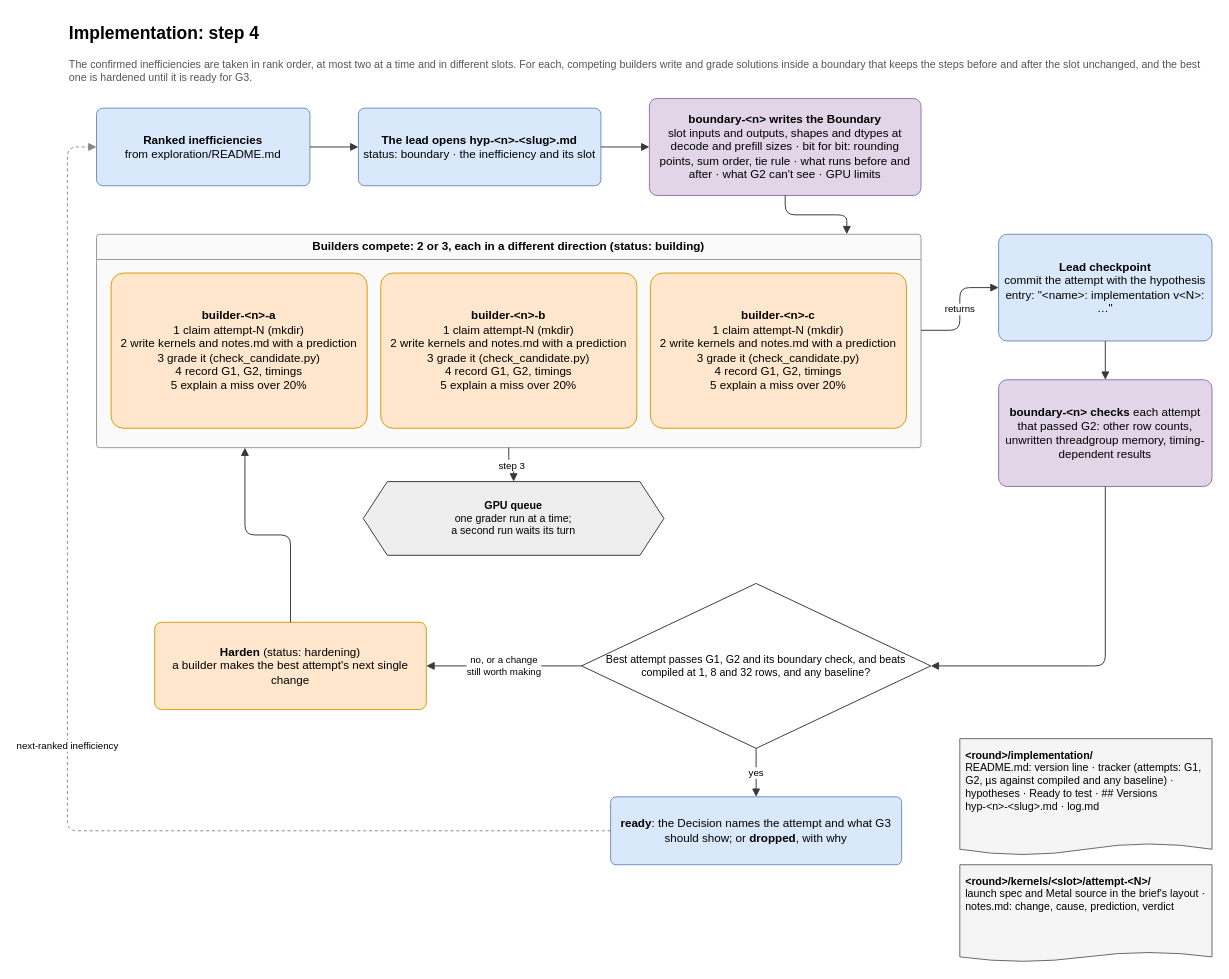
Before: page "Implementation" (3 of 3) of claude/diagrams/muse-swarm.drawio in surucuonur/WeSolve-MetaHackathon, a draw.io diagram. Source tidied: cells renumbered, new cells numbered last; positions are measured from the earlier drawing's top-left corner, leaving out a move shared by most shapes. Both pictures are drawn from the tidied source at 97%, with x=0, y=0 at pixel (67, 16).
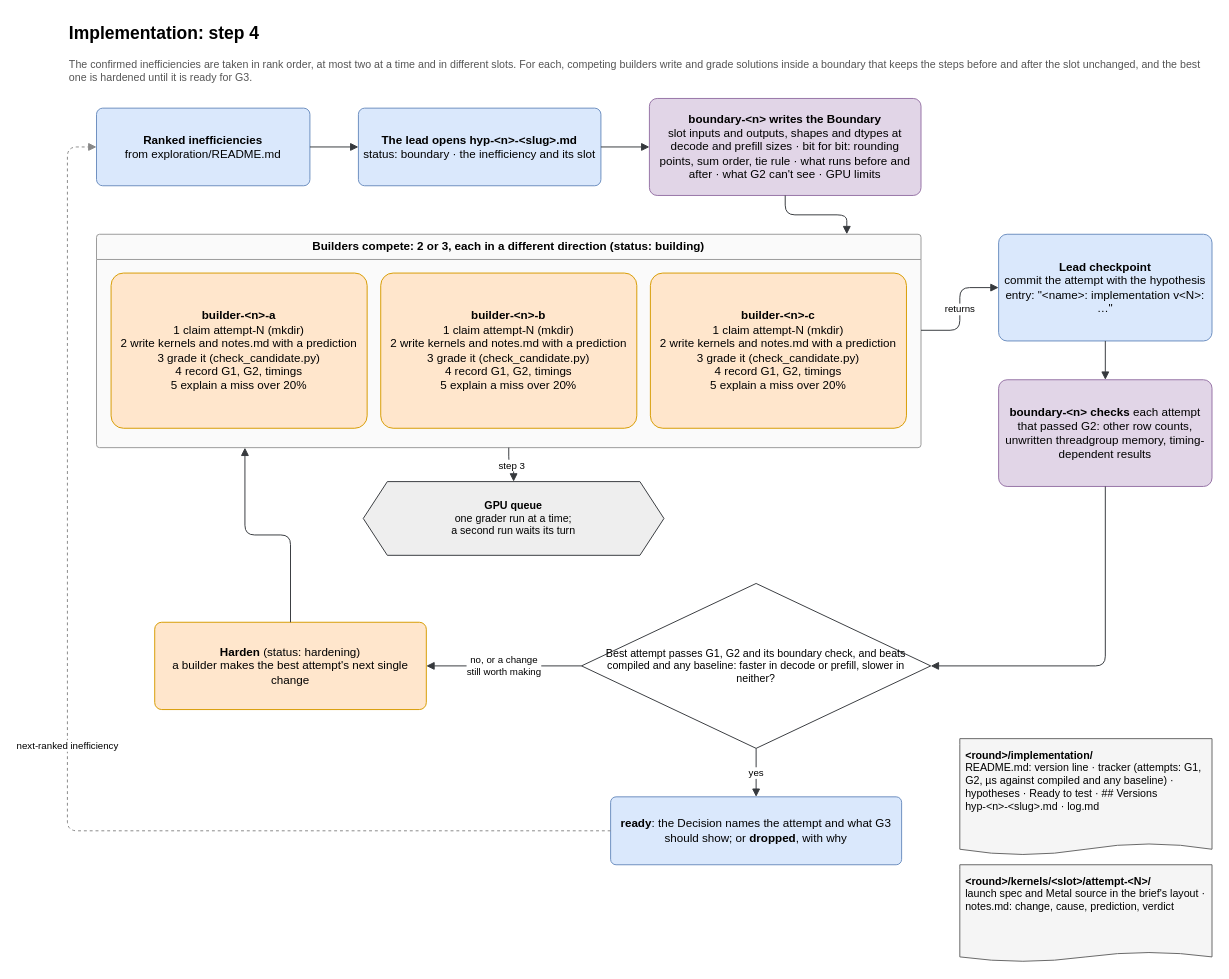
After the change.

The edit, as a diff of the source:
```diff
@@
-    <mxCell id="20" value="Best attempt passes G1, G2 and its boundary check, and beats compiled at 1, 8 and 32 rows, and any baseline?" style="rhombus;whiteSpace=wrap;html=1;fontSize=11;fillColor=#ffffff;strokeColor=#36393d;spacing=18;" parent="1" vertex="1">
+    <mxCell id="20" value="Best attempt passes G1, G2 and its boundary check, and beats compiled and any baseline: faster in decode or prefill, slower in neither?" style="rhombus;whiteSpace=wrap;html=1;fontSize=11;fillColor=#ffffff;strokeColor=#36393d;spacing=18;" parent="1" vertex="1">
       <mxGeometry x="530" y="584" width="360" height="170" as="geometry" />
     </mxCell>
```
